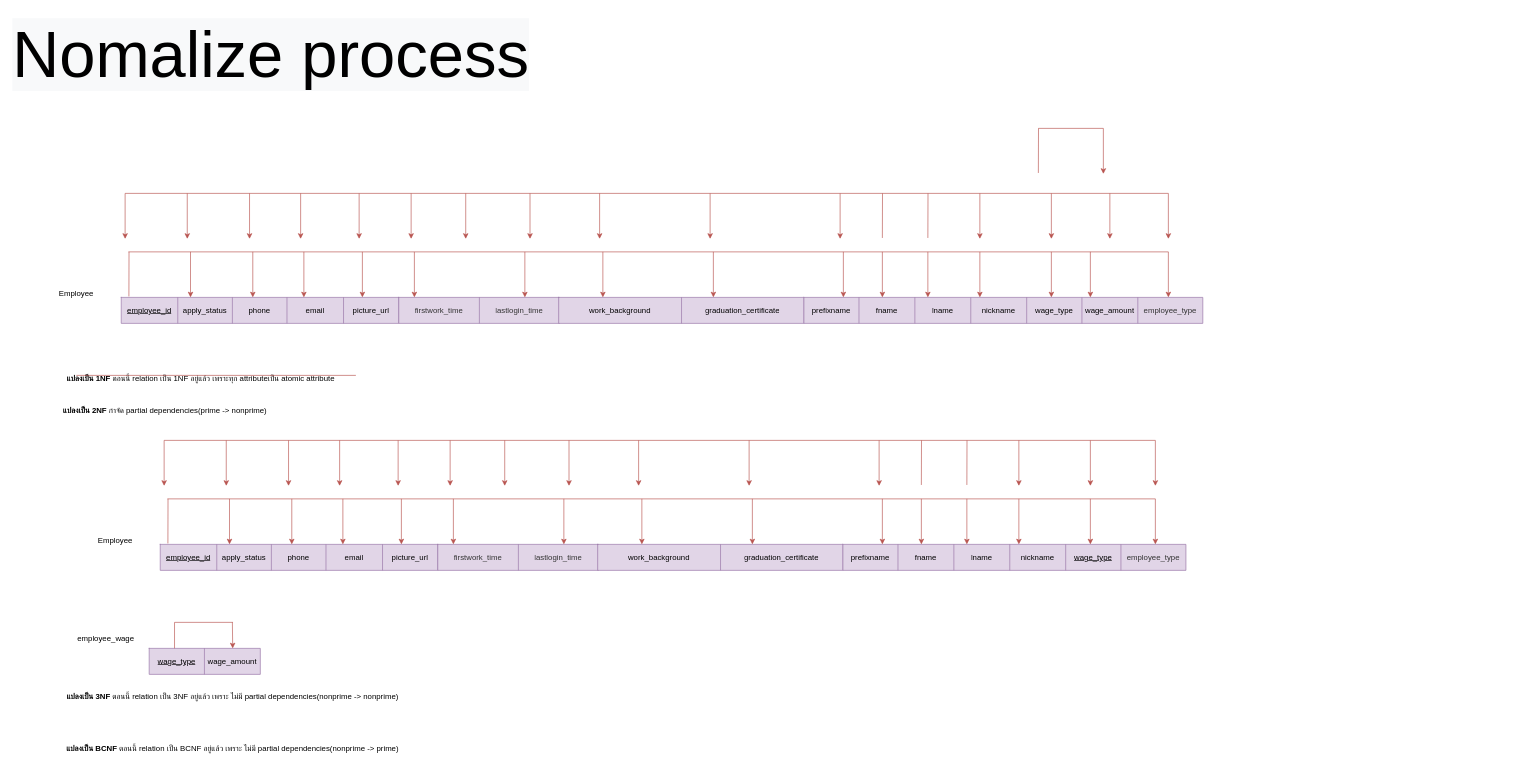
Earlier version of the draw.io diagram page "Page-5" (2 of 3) of normalize.drawio (jarawin/carcare). Source tidied: cells renumbered, new cells numbered last; positions are measured from the earlier drawing's top-left corner, leaving out a move shared by most shapes. Both pictures are drawn from the tidied source at 65%, with x=0, y=0 at pixel (11, 11).
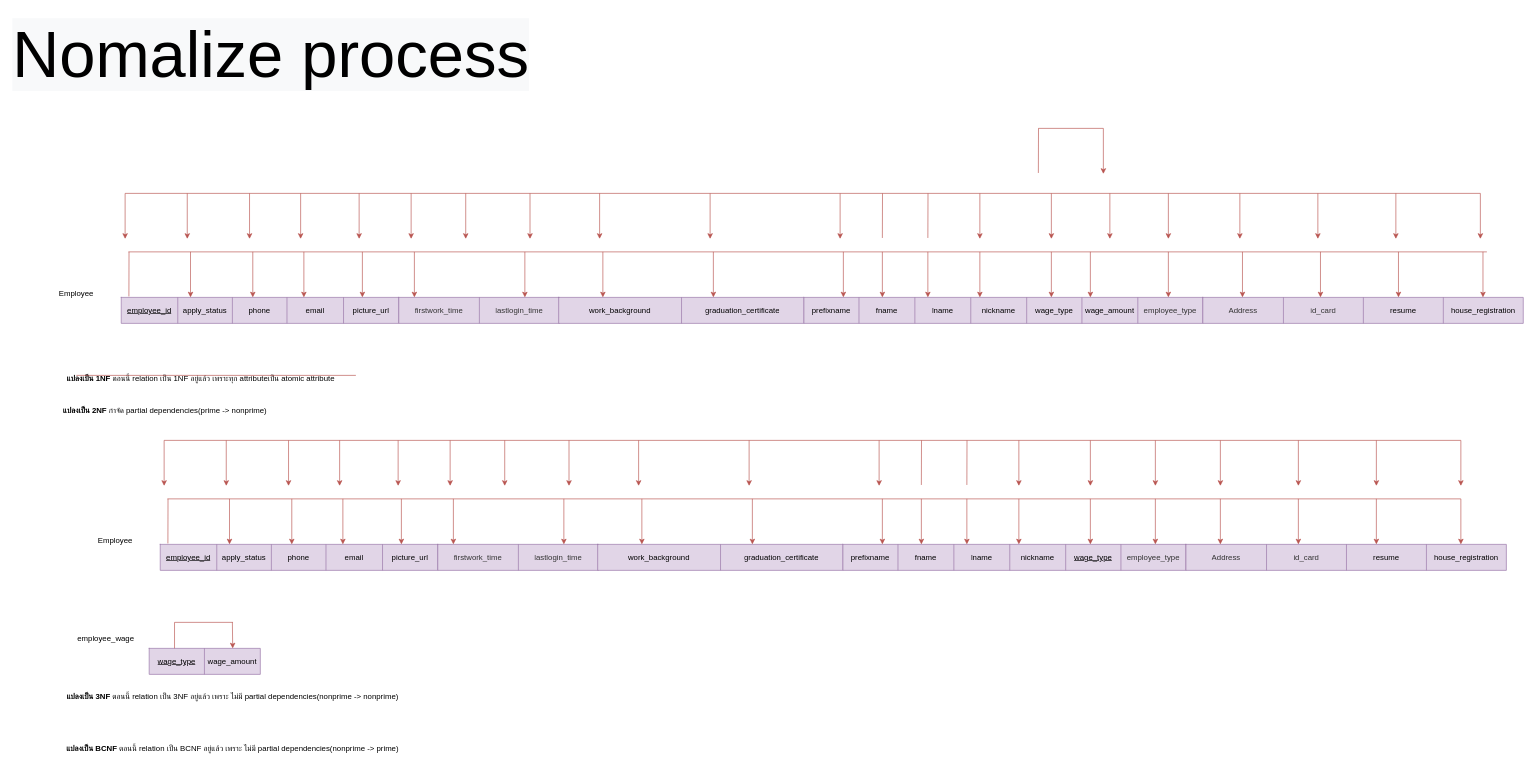
Above is the later version.

What changed in the source:
```diff
@@
     <mxCell id="17" style="endArrow=none;html=1;rounded=0;fillColor=#f8cecc;strokeColor=#b85450;" parent="1" edge="1">
       <mxGeometry relative="1" as="geometry">
         <mxPoint x="180" y="370" as="sourcePoint" />
-        <mxPoint x="1780" y="370" as="targetPoint" />
+        <mxPoint x="2270" y="370" as="targetPoint" />
       </mxGeometry>
     </mxCell>
@@
     <mxCell id="33" style="endArrow=none;html=1;rounded=0;fillColor=#f8cecc;strokeColor=#b85450;" parent="1" edge="1">
       <mxGeometry relative="1" as="geometry">
         <mxPoint x="175" y="280" as="sourcePoint" />
-        <mxPoint x="1780" y="280" as="targetPoint" />
+        <mxPoint x="2260" y="280" as="targetPoint" />
       </mxGeometry>
     </mxCell>
@@
     <mxCell id="80" style="endArrow=none;html=1;rounded=0;fillColor=#f8cecc;strokeColor=#b85450;" parent="1" edge="1">
       <mxGeometry relative="1" as="geometry">
         <mxPoint x="240" y="750" as="sourcePoint" />
-        <mxPoint x="1760" y="750" as="targetPoint" />
+        <mxPoint x="2230" y="750" as="targetPoint" />
       </mxGeometry>
     </mxCell>
@@
     <mxCell id="95" style="endArrow=none;html=1;rounded=0;fillColor=#f8cecc;strokeColor=#b85450;" parent="1" edge="1">
       <mxGeometry relative="1" as="geometry">
         <mxPoint x="235" y="660" as="sourcePoint" />
-        <mxPoint x="1760" y="660" as="targetPoint" />
+        <mxPoint x="2230" y="660" as="targetPoint" />
       </mxGeometry>
     </mxCell>
@@
+    <mxCell id="136" style="shape=table;startSize=0;childLayout=tableLayout;strokeColor=#9673a6;fontFamily=Helvetica;fontSize=12;fillColor=#e1d5e7;html=1;" parent="1" vertex="1">
+      <mxGeometry x="1833" y="440" width="493" height="40" as="geometry" />
+    </mxCell>
+    <mxCell id="137" style="shape=tableRow;horizontal=0;startSize=0;swimlaneHead=0;swimlaneBody=0;top=0;left=0;bottom=0;right=0;fillColor=none;strokeColor=default;fontFamily=Helvetica;fontSize=12;fontColor=default;html=1;" parent="136" vertex="1">
+      <mxGeometry width="493" height="40" as="geometry" />
+    </mxCell>
+    <mxCell id="138" value="&lt;div style=&quot;text-align: start;&quot;&gt;&lt;span style=&quot;background-color: initial;&quot;&gt;&lt;font face=&quot;Arial&quot; color=&quot;#333333&quot;&gt;Address&lt;/font&gt;&lt;/span&gt;&lt;/div&gt;" style="shape=partialRectangle;html=1;whiteSpace=wrap;overflow=hidden;fillColor=none;top=0;left=0;bottom=0;right=0;strokeColor=default;fontFamily=Helvetica;fontSize=12;fontColor=default;startSize=0;" parent="137" vertex="1">
+      <mxGeometry width="124" height="40" as="geometry" />
+    </mxCell>
+    <mxCell id="139" value="&lt;div style=&quot;text-align: start;&quot;&gt;&lt;span style=&quot;background-color: initial;&quot;&gt;&lt;font face=&quot;Arial&quot; color=&quot;#333333&quot;&gt;id_card&lt;/font&gt;&lt;/span&gt;&lt;/div&gt;" style="shape=partialRectangle;html=1;whiteSpace=wrap;overflow=hidden;fillColor=none;top=0;left=0;bottom=0;right=0;strokeColor=default;fontFamily=Helvetica;fontSize=12;fontColor=default;startSize=0;" parent="137" vertex="1">
+      <mxGeometry x="124" width="123" height="40" as="geometry" />
+    </mxCell>
+    <mxCell id="140" value="resume" style="shape=partialRectangle;html=1;whiteSpace=wrap;overflow=hidden;fillColor=none;top=0;left=0;bottom=0;right=0;strokeColor=default;fontFamily=Helvetica;fontSize=12;fontColor=default;startSize=0;" parent="137" vertex="1">
+      <mxGeometry x="247" width="123" height="40" as="geometry" />
+    </mxCell>
+    <mxCell id="141" value="house_registration" style="shape=partialRectangle;html=1;whiteSpace=wrap;overflow=hidden;fillColor=none;top=0;left=0;bottom=0;right=0;strokeColor=default;fontFamily=Helvetica;fontSize=12;fontColor=default;startSize=0;" parent="137" vertex="1">
+      <mxGeometry x="370" width="123" height="40" as="geometry" />
+    </mxCell>
+    <mxCell id="142" style="shape=table;startSize=0;childLayout=tableLayout;strokeColor=#9673a6;fontFamily=Helvetica;fontSize=12;fillColor=#e1d5e7;html=1;" parent="1" vertex="1">
+      <mxGeometry x="1807" y="820" width="493" height="40" as="geometry" />
+    </mxCell>
+    <mxCell id="143" style="shape=tableRow;horizontal=0;startSize=0;swimlaneHead=0;swimlaneBody=0;top=0;left=0;bottom=0;right=0;fillColor=none;strokeColor=default;fontFamily=Helvetica;fontSize=12;fontColor=default;html=1;" parent="142" vertex="1">
+      <mxGeometry width="493" height="40" as="geometry" />
+    </mxCell>
+    <mxCell id="144" value="&lt;div style=&quot;text-align: start;&quot;&gt;&lt;span style=&quot;background-color: initial;&quot;&gt;&lt;font face=&quot;Arial&quot; color=&quot;#333333&quot;&gt;Address&lt;/font&gt;&lt;/span&gt;&lt;/div&gt;" style="shape=partialRectangle;html=1;whiteSpace=wrap;overflow=hidden;fillColor=none;top=0;left=0;bottom=0;right=0;strokeColor=default;fontFamily=Helvetica;fontSize=12;fontColor=default;startSize=0;" parent="143" vertex="1">
+      <mxGeometry width="124" height="40" as="geometry" />
+    </mxCell>
+    <mxCell id="145" value="&lt;div style=&quot;text-align: start;&quot;&gt;&lt;span style=&quot;background-color: initial;&quot;&gt;&lt;font face=&quot;Arial&quot; color=&quot;#333333&quot;&gt;id_card&lt;/font&gt;&lt;/span&gt;&lt;/div&gt;" style="shape=partialRectangle;html=1;whiteSpace=wrap;overflow=hidden;fillColor=none;top=0;left=0;bottom=0;right=0;strokeColor=default;fontFamily=Helvetica;fontSize=12;fontColor=default;startSize=0;" parent="143" vertex="1">
+      <mxGeometry x="124" width="123" height="40" as="geometry" />
+    </mxCell>
+    <mxCell id="146" value="resume" style="shape=partialRectangle;html=1;whiteSpace=wrap;overflow=hidden;fillColor=none;top=0;left=0;bottom=0;right=0;strokeColor=default;fontFamily=Helvetica;fontSize=12;fontColor=default;startSize=0;" parent="143" vertex="1">
+      <mxGeometry x="247" width="123" height="40" as="geometry" />
+    </mxCell>
+    <mxCell id="147" value="house_registration" style="shape=partialRectangle;html=1;whiteSpace=wrap;overflow=hidden;fillColor=none;top=0;left=0;bottom=0;right=0;strokeColor=default;fontFamily=Helvetica;fontSize=12;fontColor=default;startSize=0;" parent="143" vertex="1">
+      <mxGeometry x="370" width="123" height="40" as="geometry" />
+    </mxCell>
+    <mxCell id="148" style="endArrow=classic;html=1;rounded=0;fillColor=#f8cecc;strokeColor=#b85450;" parent="1" edge="1">
+      <mxGeometry relative="1" as="geometry">
+        <mxPoint x="1860" y="750" as="sourcePoint" />
+        <mxPoint x="1860" y="820" as="targetPoint" />
+      </mxGeometry>
+    </mxCell>
+    <mxCell id="149" style="endArrow=classic;html=1;rounded=0;fillColor=#f8cecc;strokeColor=#b85450;" parent="1" edge="1">
+      <mxGeometry relative="1" as="geometry">
+        <mxPoint x="1980" y="750" as="sourcePoint" />
+        <mxPoint x="1980" y="820" as="targetPoint" />
+      </mxGeometry>
+    </mxCell>
+    <mxCell id="150" style="endArrow=classic;html=1;rounded=0;fillColor=#f8cecc;strokeColor=#b85450;" parent="1" edge="1">
+      <mxGeometry relative="1" as="geometry">
+        <mxPoint x="2100" y="750" as="sourcePoint" />
+        <mxPoint x="2100" y="820" as="targetPoint" />
+      </mxGeometry>
+    </mxCell>
+    <mxCell id="151" style="endArrow=classic;html=1;rounded=0;fillColor=#f8cecc;strokeColor=#b85450;" parent="1" edge="1">
+      <mxGeometry relative="1" as="geometry">
+        <mxPoint x="2230" y="750" as="sourcePoint" />
+        <mxPoint x="2230" y="820" as="targetPoint" />
+      </mxGeometry>
+    </mxCell>
+    <mxCell id="152" style="endArrow=classic;html=1;rounded=0;fillColor=#f8cecc;strokeColor=#b85450;" parent="1" edge="1">
+      <mxGeometry relative="1" as="geometry">
+        <mxPoint x="1894" y="370" as="sourcePoint" />
+        <mxPoint x="1894" y="440" as="targetPoint" />
+      </mxGeometry>
+    </mxCell>
+    <mxCell id="153" style="endArrow=classic;html=1;rounded=0;fillColor=#f8cecc;strokeColor=#b85450;" parent="1" edge="1">
+      <mxGeometry relative="1" as="geometry">
+        <mxPoint x="2014" y="370" as="sourcePoint" />
+        <mxPoint x="2014" y="440" as="targetPoint" />
+      </mxGeometry>
+    </mxCell>
+    <mxCell id="154" style="endArrow=classic;html=1;rounded=0;fillColor=#f8cecc;strokeColor=#b85450;" parent="1" edge="1">
+      <mxGeometry relative="1" as="geometry">
+        <mxPoint x="2134" y="370" as="sourcePoint" />
+        <mxPoint x="2134" y="440" as="targetPoint" />
+      </mxGeometry>
+    </mxCell>
+    <mxCell id="155" style="endArrow=classic;html=1;rounded=0;fillColor=#f8cecc;strokeColor=#b85450;" parent="1" edge="1">
+      <mxGeometry relative="1" as="geometry">
+        <mxPoint x="2264" y="370" as="sourcePoint" />
+        <mxPoint x="2264" y="440" as="targetPoint" />
+      </mxGeometry>
+    </mxCell>
+    <mxCell id="156" style="endArrow=classic;html=1;rounded=0;fillColor=#f8cecc;strokeColor=#b85450;" parent="1" edge="1">
+      <mxGeometry relative="1" as="geometry">
+        <mxPoint x="1860" y="660" as="sourcePoint" />
+        <mxPoint x="1860" y="730" as="targetPoint" />
+      </mxGeometry>
+    </mxCell>
+    <mxCell id="157" style="endArrow=classic;html=1;rounded=0;fillColor=#f8cecc;strokeColor=#b85450;" parent="1" edge="1">
+      <mxGeometry relative="1" as="geometry">
+        <mxPoint x="1980" y="660" as="sourcePoint" />
+        <mxPoint x="1980" y="730" as="targetPoint" />
+      </mxGeometry>
+    </mxCell>
+    <mxCell id="158" style="endArrow=classic;html=1;rounded=0;fillColor=#f8cecc;strokeColor=#b85450;" parent="1" edge="1">
+      <mxGeometry relative="1" as="geometry">
+        <mxPoint x="2100" y="660" as="sourcePoint" />
+        <mxPoint x="2100" y="730" as="targetPoint" />
+      </mxGeometry>
+    </mxCell>
+    <mxCell id="159" style="endArrow=classic;html=1;rounded=0;fillColor=#f8cecc;strokeColor=#b85450;" parent="1" edge="1">
+      <mxGeometry relative="1" as="geometry">
+        <mxPoint x="2230" y="660" as="sourcePoint" />
+        <mxPoint x="2230" y="730" as="targetPoint" />
+      </mxGeometry>
+    </mxCell>
+    <mxCell id="160" style="endArrow=classic;html=1;rounded=0;fillColor=#f8cecc;strokeColor=#b85450;" parent="1" edge="1">
+      <mxGeometry relative="1" as="geometry">
+        <mxPoint x="1890" y="280" as="sourcePoint" />
+        <mxPoint x="1890" y="350" as="targetPoint" />
+      </mxGeometry>
+    </mxCell>
+    <mxCell id="161" style="endArrow=classic;html=1;rounded=0;fillColor=#f8cecc;strokeColor=#b85450;" parent="1" edge="1">
+      <mxGeometry relative="1" as="geometry">
+        <mxPoint x="2010" y="280" as="sourcePoint" />
+        <mxPoint x="2010" y="350" as="targetPoint" />
+      </mxGeometry>
+    </mxCell>
+    <mxCell id="162" style="endArrow=classic;html=1;rounded=0;fillColor=#f8cecc;strokeColor=#b85450;" parent="1" edge="1">
+      <mxGeometry relative="1" as="geometry">
+        <mxPoint x="2130" y="280" as="sourcePoint" />
+        <mxPoint x="2130" y="350" as="targetPoint" />
+      </mxGeometry>
+    </mxCell>
+    <mxCell id="163" style="endArrow=classic;html=1;rounded=0;fillColor=#f8cecc;strokeColor=#b85450;" parent="1" edge="1">
+      <mxGeometry relative="1" as="geometry">
+        <mxPoint x="2260" y="280" as="sourcePoint" />
+        <mxPoint x="2260" y="350" as="targetPoint" />
+      </mxGeometry>
+    </mxCell>
```
